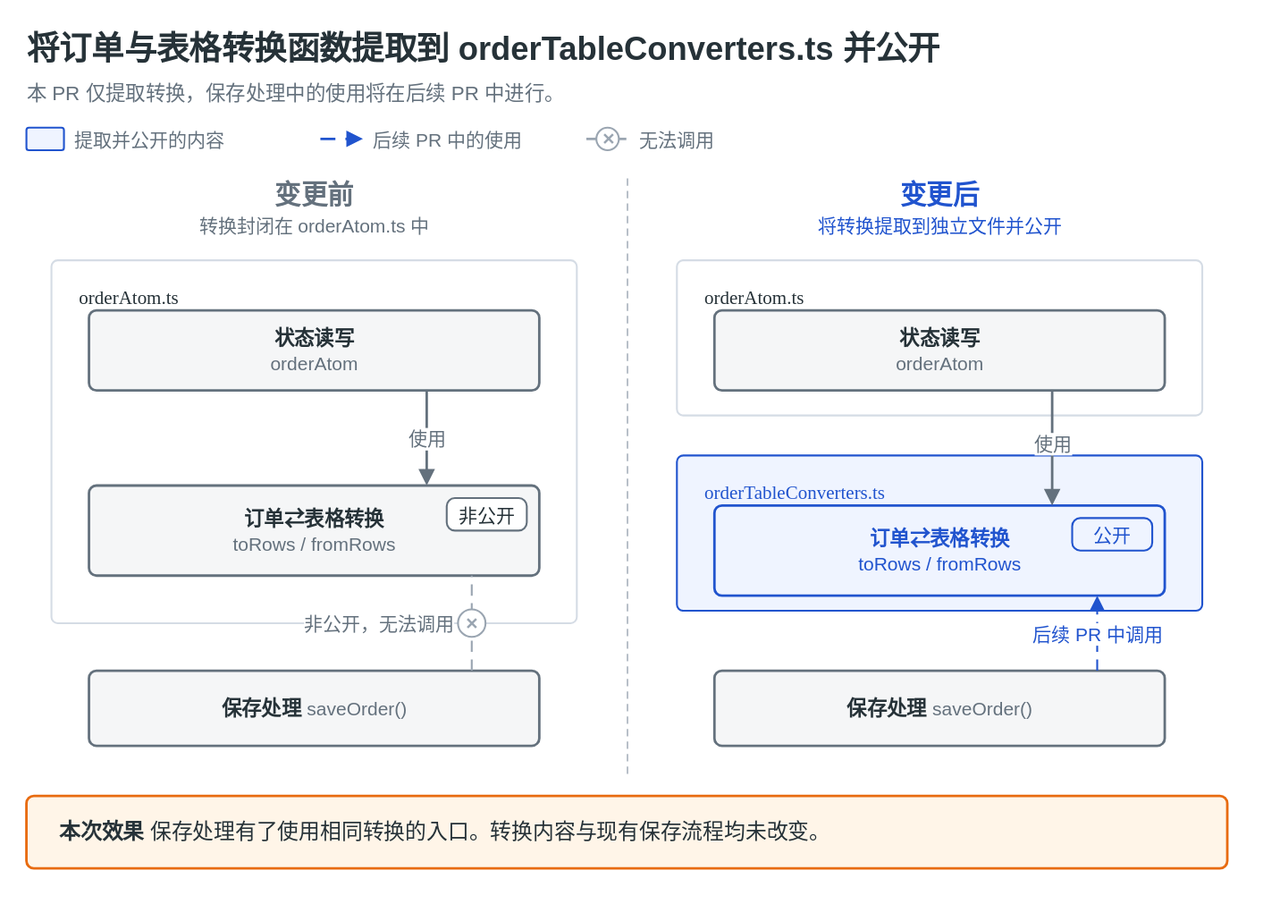
The draw.io diagram docs/samples/zh-CN/refactor-extract-module.drawio.svg in nntto/explanatory-diagrams, before a commit. Source tidied: cells renumbered, new cells last; positions are measured from the earlier drawing's top-left corner, leaving out a move shared by most shapes. The source it was exported from:
```xml
<mxGraphModel background="#ffffff">
  <root>
    <mxCell id="0" />
    <mxCell id="1" parent="0" />
    <mxCell id="2" value="将订单与表格转换函数提取到 orderTableConverters.ts 并公开" style="text;html=1;whiteSpace=wrap;fontFamily=Helvetica;fontSize=26;fontColor=#263238;align=left;verticalAlign=middle;spacing=0;fontStyle=1;" parent="1" vertex="1">
      <mxGeometry width="960" height="38" as="geometry" />
    </mxCell>
    <mxCell id="3" value="本 PR 仅提取转换，保存处理中的使用将在后续 PR 中进行。" style="text;html=1;whiteSpace=wrap;fontFamily=Helvetica;fontSize=16;fontColor=#64717d;align=left;verticalAlign=middle;spacing=0;" parent="1" vertex="1">
      <mxGeometry y="42" width="960" height="24" as="geometry" />
    </mxCell>
    <mxCell id="4" style="rounded=1;absoluteArcSize=1;arcSize=4;whiteSpace=wrap;html=1;fillColor=#eff4ff;strokeColor=#2154ce;strokeWidth=1.5;fontColor=#2154ce;fontFamily=Helvetica;fontSize=17;align=center;verticalAlign=middle;spacing=10;" parent="1" vertex="1">
      <mxGeometry y="82" width="30" height="18" as="geometry" />
    </mxCell>
    <mxCell id="5" value="提取并公开的内容" style="text;html=1;whiteSpace=wrap;fontFamily=Helvetica;fontSize=15;fontColor=#64717d;align=left;verticalAlign=middle;spacing=0;" parent="1" vertex="1">
      <mxGeometry x="38" y="80" width="169" height="22" as="geometry" />
    </mxCell>
    <mxCell id="6" style="edgeStyle=none;rounded=1;html=1;strokeColor=#2154ce;strokeWidth=2;endArrow=block;endFill=1;startArrow=none;startFill=1;endSize=8;fontFamily=Helvetica;fontSize=15;fontColor=#2154ce;labelBackgroundColor=#ffffff;dashed=1;dashPattern=6 4;" parent="1" edge="1">
      <mxGeometry relative="1" as="geometry">
        <mxPoint x="235" y="91" as="sourcePoint" />
        <mxPoint x="269" y="91" as="targetPoint" />
      </mxGeometry>
    </mxCell>
    <mxCell id="7" value="后续 PR 中的使用" style="text;html=1;whiteSpace=wrap;fontFamily=Helvetica;fontSize=15;fontColor=#64717d;align=left;verticalAlign=middle;spacing=0;" parent="1" vertex="1">
      <mxGeometry x="277" y="80" width="142.6" height="22" as="geometry" />
    </mxCell>
    <mxCell id="8" style="edgeStyle=none;rounded=1;html=1;strokeColor=#9aa5b1;strokeWidth=2;endArrow=none;endFill=1;startArrow=none;startFill=1;endSize=8;fontFamily=Helvetica;fontSize=15;fontColor=#9aa5b1;labelBackgroundColor=#ffffff;dashed=1;dashPattern=6 4;" parent="1" edge="1">
      <mxGeometry relative="1" as="geometry">
        <mxPoint x="447.6" y="91" as="sourcePoint" />
        <mxPoint x="481.6" y="91" as="targetPoint" />
      </mxGeometry>
    </mxCell>
    <mxCell id="9" value="✕" style="ellipse;whiteSpace=wrap;html=1;fillColor=#ffffff;strokeColor=#9aa5b1;strokeWidth=1.5;fontColor=#9aa5b1;fontStyle=1;fontFamily=Helvetica;fontSize=13;spacing=0;" parent="1" vertex="1">
      <mxGeometry x="455.6" y="82" width="18" height="18" as="geometry" />
    </mxCell>
    <mxCell id="10" value="无法调用" style="text;html=1;whiteSpace=wrap;fontFamily=Helvetica;fontSize=15;fontColor=#64717d;align=left;verticalAlign=middle;spacing=0;" parent="1" vertex="1">
      <mxGeometry x="489.6" y="80" width="64" height="22" as="geometry" />
    </mxCell>
    <mxCell id="11" value="变更前" style="text;html=1;whiteSpace=wrap;fontFamily=Helvetica;fontSize=21;fontColor=#64717d;align=center;verticalAlign=middle;spacing=0;fontStyle=1;" parent="1" vertex="1">
      <mxGeometry y="120" width="460" height="30" as="geometry" />
    </mxCell>
    <mxCell id="12" value="转换封闭在 orderAtom.ts 中" style="text;html=1;whiteSpace=wrap;fontFamily=Helvetica;fontSize=15;fontColor=#64717d;align=center;verticalAlign=middle;spacing=0;" parent="1" vertex="1">
      <mxGeometry y="148" width="460" height="24" as="geometry" />
    </mxCell>
    <mxCell id="13" value="变更后" style="text;html=1;whiteSpace=wrap;fontFamily=Helvetica;fontSize=21;fontColor=#2154ce;align=center;verticalAlign=middle;spacing=0;fontStyle=1;" parent="1" vertex="1">
      <mxGeometry x="500" y="120" width="460" height="30" as="geometry" />
    </mxCell>
    <mxCell id="14" value="将转换提取到独立文件并公开" style="text;html=1;whiteSpace=wrap;fontFamily=Helvetica;fontSize=15;fontColor=#2154ce;align=center;verticalAlign=middle;spacing=0;" parent="1" vertex="1">
      <mxGeometry x="500" y="148" width="460" height="24" as="geometry" />
    </mxCell>
    <mxCell id="15" style="edgeStyle=none;rounded=1;html=1;strokeColor=#9aa5b1;strokeWidth=1;endArrow=none;endFill=1;startArrow=none;startFill=1;endSize=8;fontFamily=Helvetica;fontSize=15;fontColor=#9aa5b1;labelBackgroundColor=#ffffff;dashed=1;dashPattern=6 4;" parent="1" edge="1">
      <mxGeometry relative="1" as="geometry">
        <mxPoint x="480" y="122" as="sourcePoint" />
        <mxPoint x="480" y="602" as="targetPoint" />
      </mxGeometry>
    </mxCell>
    <mxCell id="16" value="orderAtom.ts" style="rounded=1;absoluteArcSize=1;arcSize=10;whiteSpace=wrap;html=1;fillColor=#ffffff;strokeColor=#D5DCE5;strokeWidth=1.5;fontColor=#263238;fontFamily=Helvetica;fontSize=15;align=left;verticalAlign=top;spacing=10;fontFamily=Menlo;spacingLeft=12;spacingTop=6;" parent="1" vertex="1">
      <mxGeometry x="20" y="188" width="420" height="290" as="geometry" />
    </mxCell>
    <mxCell id="17" value="&lt;b&gt;状态读写&lt;/b&gt;&lt;br&gt;&lt;span style=&quot;font-size:15px;color:#64717d;&quot;&gt;orderAtom&lt;/span&gt;" style="rounded=1;absoluteArcSize=1;arcSize=12;whiteSpace=wrap;html=1;fillColor=#f5f6f7;strokeColor=#64717d;strokeWidth=2;fontColor=#263238;fontFamily=Helvetica;fontSize=16;align=center;verticalAlign=middle;spacing=10;" parent="1" vertex="1">
      <mxGeometry x="50" y="228" width="360" height="64" as="geometry" />
    </mxCell>
    <mxCell id="18" value="&lt;b&gt;订单⇄表格转换&lt;/b&gt;&lt;br&gt;&lt;span style=&quot;font-size:15px;color:#64717d;&quot;&gt;toRows / fromRows&lt;/span&gt;" style="rounded=1;absoluteArcSize=1;arcSize=12;whiteSpace=wrap;html=1;fillColor=#f5f6f7;strokeColor=#64717d;strokeWidth=2;fontColor=#263238;fontFamily=Helvetica;fontSize=16;align=center;verticalAlign=middle;spacing=10;" parent="1" vertex="1">
      <mxGeometry x="50" y="368" width="360" height="72" as="geometry" />
    </mxCell>
    <mxCell id="19" value="非公开" style="rounded=1;absoluteArcSize=1;arcSize=13;whiteSpace=wrap;html=1;fillColor=#ffffff;strokeColor=#64717d;strokeWidth=1.5;fontColor=#263238;fontFamily=Helvetica;fontSize=15;align=center;verticalAlign=middle;spacing=2;" parent="1" vertex="1">
      <mxGeometry x="336" y="378" width="64" height="26" as="geometry" />
    </mxCell>
    <mxCell id="20" value="使用" style="edgeStyle=orthogonalEdgeStyle;rounded=1;html=1;strokeColor=#64717d;strokeWidth=2;endArrow=block;endFill=1;startArrow=none;startFill=1;endSize=8;fontFamily=Helvetica;fontSize=15;fontColor=#64717d;labelBackgroundColor=#ffffff;exitX=0.75;exitY=1;exitDx=0;exitDy=0;entryX=0.75;entryY=0;entryDx=0;entryDy=0;" parent="1" edge="1" source="17" target="18">
      <mxGeometry relative="1" as="geometry" />
    </mxCell>
    <mxCell id="21" value="&lt;b&gt;保存处理&lt;/b&gt; &lt;span style=&quot;font-size:15px;color:#64717d;&quot;&gt;saveOrder()&lt;/span&gt;" style="rounded=1;absoluteArcSize=1;arcSize=12;whiteSpace=wrap;html=1;fillColor=#f5f6f7;strokeColor=#64717d;strokeWidth=2;fontColor=#263238;fontFamily=Helvetica;fontSize=16;align=center;verticalAlign=middle;spacing=10;" parent="1" vertex="1">
      <mxGeometry x="50" y="516" width="360" height="60" as="geometry" />
    </mxCell>
    <mxCell id="22" style="edgeStyle=orthogonalEdgeStyle;rounded=1;html=1;strokeColor=#9aa5b1;strokeWidth=1.5;endArrow=none;endFill=1;startArrow=none;startFill=1;endSize=8;fontFamily=Helvetica;fontSize=15;fontColor=#9aa5b1;labelBackgroundColor=#ffffff;dashed=1;dashPattern=6 4;exitX=0.85;exitY=0;exitDx=0;exitDy=0;entryX=0.85;entryY=1;entryDx=0;entryDy=0;" parent="1" edge="1" source="21" target="18">
      <mxGeometry relative="1" as="geometry" />
    </mxCell>
    <mxCell id="23" value="✕" style="ellipse;whiteSpace=wrap;html=1;fillColor=#ffffff;strokeColor=#9aa5b1;strokeWidth=1.5;fontColor=#9aa5b1;fontStyle=1;fontFamily=Helvetica;fontSize=13;spacing=0;" parent="1" vertex="1">
      <mxGeometry x="345" y="467" width="22" height="22" as="geometry" />
    </mxCell>
    <mxCell id="24" value="非公开，无法调用" style="text;html=1;whiteSpace=wrap;fontFamily=Helvetica;fontSize=15;fontColor=#64717d;align=right;verticalAlign=middle;spacing=0;labelBackgroundColor=#ffffff;" parent="1" vertex="1">
      <mxGeometry x="130" y="466" width="212" height="24" as="geometry" />
    </mxCell>
    <mxCell id="25" value="orderAtom.ts" style="rounded=1;absoluteArcSize=1;arcSize=10;whiteSpace=wrap;html=1;fillColor=#ffffff;strokeColor=#D5DCE5;strokeWidth=1.5;fontColor=#263238;fontFamily=Helvetica;fontSize=15;align=left;verticalAlign=top;spacing=10;fontFamily=Menlo;spacingLeft=12;spacingTop=6;" parent="1" vertex="1">
      <mxGeometry x="520" y="188" width="420" height="124" as="geometry" />
    </mxCell>
    <mxCell id="26" value="&lt;b&gt;状态读写&lt;/b&gt;&lt;br&gt;&lt;span style=&quot;font-size:15px;color:#64717d;&quot;&gt;orderAtom&lt;/span&gt;" style="rounded=1;absoluteArcSize=1;arcSize=12;whiteSpace=wrap;html=1;fillColor=#f5f6f7;strokeColor=#64717d;strokeWidth=2;fontColor=#263238;fontFamily=Helvetica;fontSize=16;align=center;verticalAlign=middle;spacing=10;" parent="1" vertex="1">
      <mxGeometry x="550" y="228" width="360" height="64" as="geometry" />
    </mxCell>
    <mxCell id="27" value="orderTableConverters.ts" style="rounded=1;absoluteArcSize=1;arcSize=10;whiteSpace=wrap;html=1;fillColor=#eff4ff;strokeColor=#2154ce;strokeWidth=1.5;fontColor=#2154ce;fontFamily=Helvetica;fontSize=15;align=left;verticalAlign=top;spacing=10;fontFamily=Menlo;spacingLeft=12;spacingTop=6;" parent="1" vertex="1">
      <mxGeometry x="520" y="344" width="420" height="124" as="geometry" />
    </mxCell>
    <mxCell id="28" value="&lt;b&gt;订单⇄表格转换&lt;/b&gt;&lt;br&gt;&lt;span style=&quot;font-size:15px;color:#2154ce;&quot;&gt;toRows / fromRows&lt;/span&gt;" style="rounded=1;absoluteArcSize=1;arcSize=12;whiteSpace=wrap;html=1;fillColor=#eff4ff;strokeColor=#2154ce;strokeWidth=2;fontColor=#2154ce;fontFamily=Helvetica;fontSize=16;align=center;verticalAlign=middle;spacing=10;" parent="1" vertex="1">
      <mxGeometry x="550" y="384" width="360" height="72" as="geometry" />
    </mxCell>
    <mxCell id="29" value="公开" style="rounded=1;absoluteArcSize=1;arcSize=13;whiteSpace=wrap;html=1;fillColor=#eff4ff;strokeColor=#2154ce;strokeWidth=1.5;fontColor=#2154ce;fontFamily=Helvetica;fontSize=15;align=center;verticalAlign=middle;spacing=2;" parent="1" vertex="1">
      <mxGeometry x="836" y="394" width="64" height="26" as="geometry" />
    </mxCell>
    <mxCell id="30" value="使用" style="edgeStyle=orthogonalEdgeStyle;rounded=1;html=1;strokeColor=#64717d;strokeWidth=2;endArrow=block;endFill=1;startArrow=none;startFill=1;endSize=8;fontFamily=Helvetica;fontSize=15;fontColor=#64717d;labelBackgroundColor=#ffffff;exitX=0.75;exitY=1;exitDx=0;exitDy=0;entryX=0.75;entryY=0;entryDx=0;entryDy=0;" parent="1" edge="1" source="26" target="28">
      <mxGeometry relative="1" as="geometry">
        <mxPoint y="-4" as="offset" />
      </mxGeometry>
    </mxCell>
    <mxCell id="31" value="&lt;b&gt;保存处理&lt;/b&gt; &lt;span style=&quot;font-size:15px;color:#64717d;&quot;&gt;saveOrder()&lt;/span&gt;" style="rounded=1;absoluteArcSize=1;arcSize=12;whiteSpace=wrap;html=1;fillColor=#f5f6f7;strokeColor=#64717d;strokeWidth=2;fontColor=#263238;fontFamily=Helvetica;fontSize=16;align=center;verticalAlign=middle;spacing=10;" parent="1" vertex="1">
      <mxGeometry x="550" y="516" width="360" height="60" as="geometry" />
    </mxCell>
    <mxCell id="32" value="后续 PR 中调用" style="edgeStyle=orthogonalEdgeStyle;rounded=1;html=1;strokeColor=#2154ce;strokeWidth=1.5;endArrow=block;endFill=1;startArrow=none;startFill=1;endSize=8;fontFamily=Helvetica;fontSize=15;fontColor=#2154ce;labelBackgroundColor=#ffffff;dashed=1;dashPattern=6 4;exitX=0.85;exitY=0;exitDx=0;exitDy=0;entryX=0.85;entryY=1;entryDx=0;entryDy=0;" parent="1" edge="1" source="31" target="28">
      <mxGeometry relative="1" as="geometry" />
    </mxCell>
    <mxCell id="33" value="&lt;b&gt;本次效果&lt;/b&gt; 保存处理有了使用相同转换的入口。转换内容与现有保存流程均未改变。" style="rounded=1;absoluteArcSize=1;arcSize=12;whiteSpace=wrap;html=1;fillColor=#fff5e8;strokeColor=#e86b10;strokeWidth=2;fontColor=#263238;fontFamily=Helvetica;fontSize=17;align=left;verticalAlign=middle;spacing=10;spacingLeft=16;" parent="1" vertex="1">
      <mxGeometry y="616" width="960" height="58" as="geometry" />
    </mxCell>
  </root>
</mxGraphModel>
```
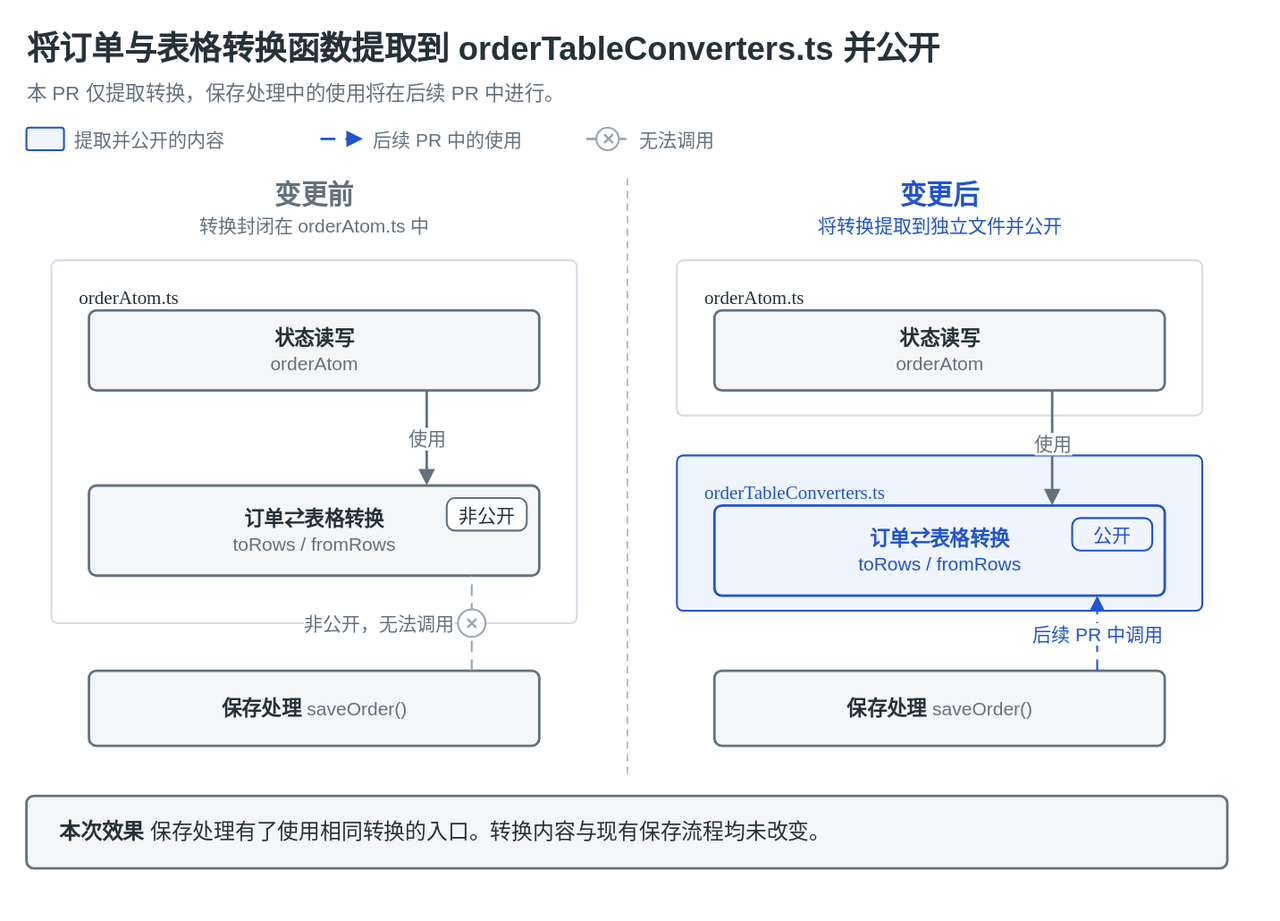
The same diagram one commit later.

The edit, as a diff of the source:
```diff
@@ -106,7 +106,7 @@
     <mxCell id="32" value="后续 PR 中调用" style="edgeStyle=orthogonalEdgeStyle;rounded=1;html=1;strokeColor=#2154ce;strokeWidth=1.5;endArrow=block;endFill=1;startArrow=none;startFill=1;endSize=8;fontFamily=Helvetica;fontSize=15;fontColor=#2154ce;labelBackgroundColor=#ffffff;dashed=1;dashPattern=6 4;exitX=0.85;exitY=0;exitDx=0;exitDy=0;entryX=0.85;entryY=1;entryDx=0;entryDy=0;" parent="1" edge="1" source="31" target="28">
       <mxGeometry relative="1" as="geometry" />
     </mxCell>
-    <mxCell id="33" value="&lt;b&gt;本次效果&lt;/b&gt; 保存处理有了使用相同转换的入口。转换内容与现有保存流程均未改变。" style="rounded=1;absoluteArcSize=1;arcSize=12;whiteSpace=wrap;html=1;fillColor=#fff5e8;strokeColor=#e86b10;strokeWidth=2;fontColor=#263238;fontFamily=Helvetica;fontSize=17;align=left;verticalAlign=middle;spacing=10;spacingLeft=16;" parent="1" vertex="1">
+    <mxCell id="33" value="&lt;b&gt;本次效果&lt;/b&gt; 保存处理有了使用相同转换的入口。转换内容与现有保存流程均未改变。" style="rounded=1;absoluteArcSize=1;arcSize=12;whiteSpace=wrap;html=1;fillColor=#f5f6f7;strokeColor=#64717d;strokeWidth=2;fontColor=#263238;fontFamily=Helvetica;fontSize=17;align=left;verticalAlign=middle;spacing=10;spacingLeft=16;" parent="1" vertex="1">
       <mxGeometry y="616" width="960" height="58" as="geometry" />
     </mxCell>
   </root>
```
